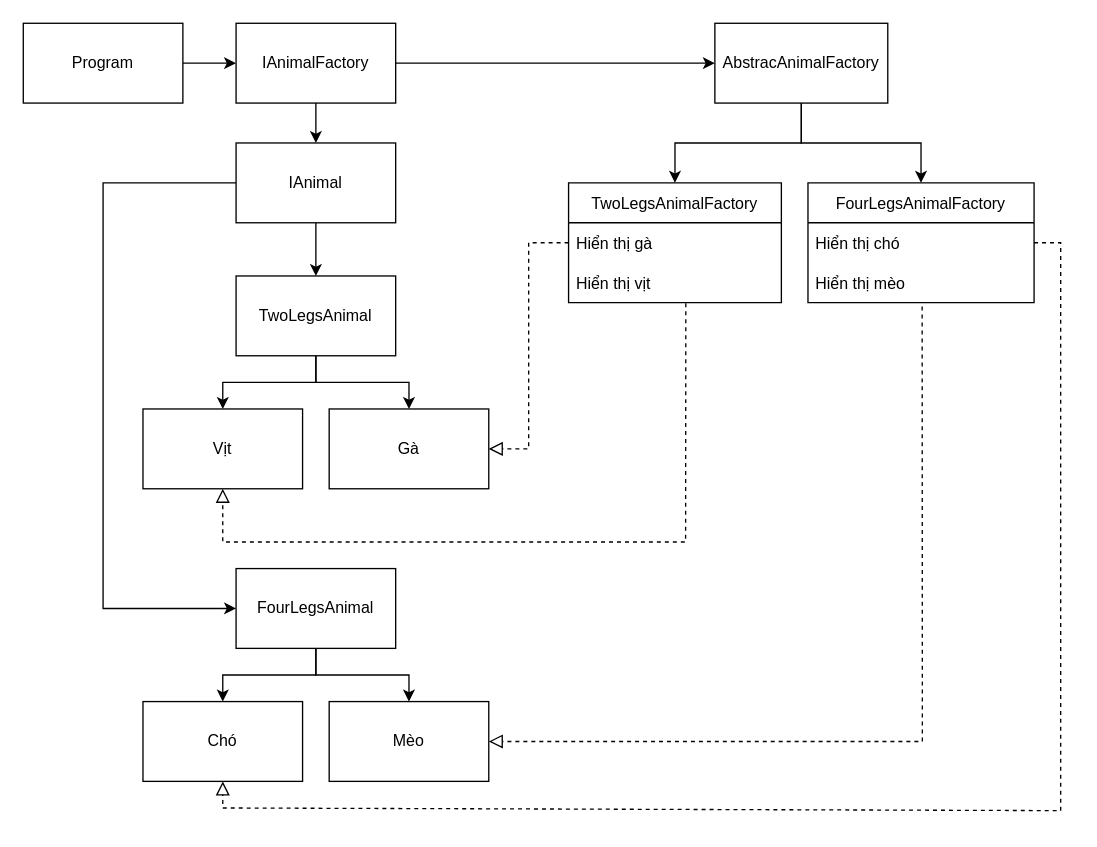
Earlier version of the draw.io diagram Abstract Factory.drawio (haihak/haihak). Source tidied: cells renumbered, new cells numbered last; positions are measured from the earlier drawing's top-left corner, leaving out a move shared by most shapes. Both pictures are drawn from the tidied source at 133%, with x=0, y=0 at pixel (23, 23).
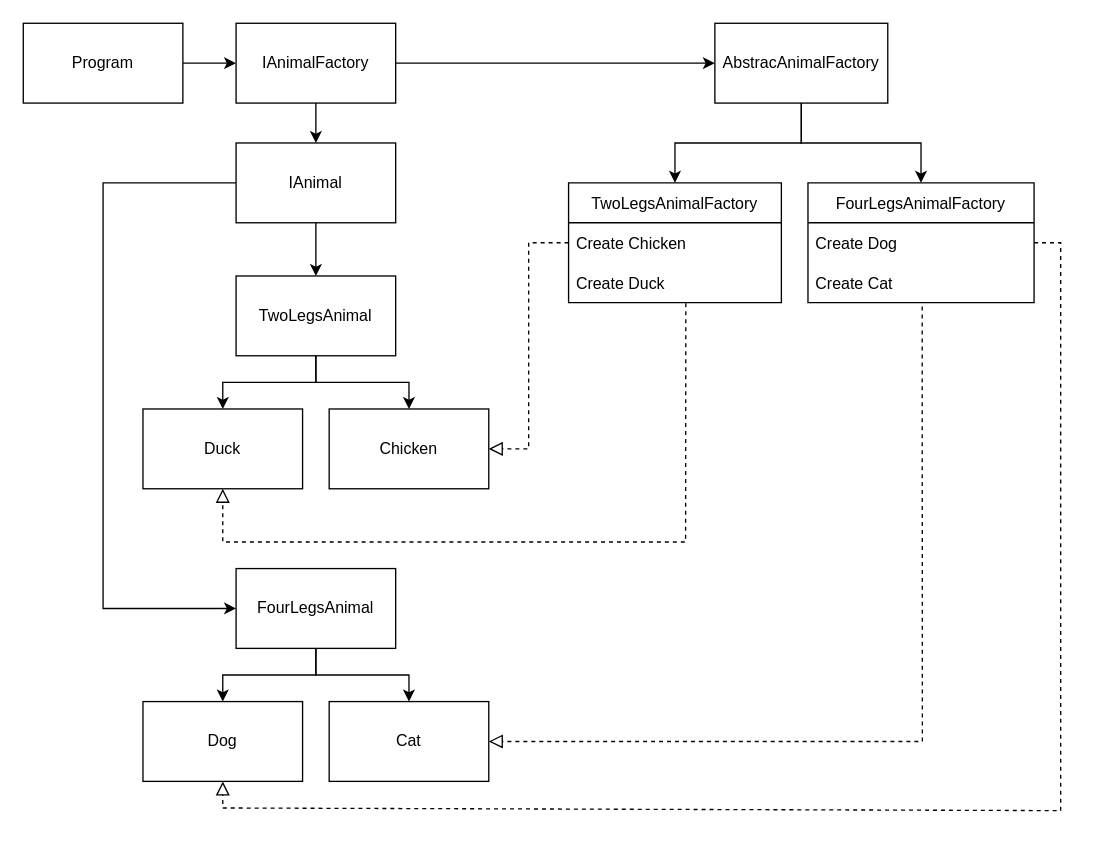
The same page after the edit.

The change refers to these unchanged cells:
```xml
<mxCell id="13" value="TwoLegsAnimalFactory" style="swimlane;fontStyle=0;horizontal=1;startSize=30;" parent="1" vertex="1">
  <mxGeometry x="410" y="120" width="160" height="90" as="geometry" />
</mxCell>
<mxCell id="16" value="FourLegsAnimalFactory" style="swimlane;fontStyle=0;horizontal=1;startSize=30;" parent="1" vertex="1">
  <mxGeometry x="590" y="120" width="170" height="90" as="geometry" />
</mxCell>
```

Change to the diagram source:
```diff
@@
-    <mxCell id="14" value="Hiển thị gà" style="text;strokeColor=none;fillColor=none;align=left;verticalAlign=middle;spacingLeft=4;spacingRight=4;overflow=hidden;points=[[0,0.5],[1,0.5]];portConstraint=eastwest;" parent="13" vertex="1">
+    <mxCell id="14" value="Create Chicken" style="text;strokeColor=none;fillColor=none;align=left;verticalAlign=middle;spacingLeft=4;spacingRight=4;overflow=hidden;points=[[0,0.5],[1,0.5]];portConstraint=eastwest;" parent="13" vertex="1">
       <mxGeometry y="30" width="160" height="30" as="geometry" />
     </mxCell>
-    <mxCell id="15" value="Hiển thị vịt" style="text;strokeColor=none;fillColor=none;align=left;verticalAlign=middle;spacingLeft=4;spacingRight=4;overflow=hidden;points=[[0,0.5],[1,0.5]];portConstraint=eastwest;" parent="13" vertex="1">
+    <mxCell id="15" value="Create Duck" style="text;strokeColor=none;fillColor=none;align=left;verticalAlign=middle;spacingLeft=4;spacingRight=4;overflow=hidden;points=[[0,0.5],[1,0.5]];portConstraint=eastwest;" parent="13" vertex="1">
       <mxGeometry y="60" width="160" height="30" as="geometry" />
     </mxCell>
@@
-    <mxCell id="17" value="Hiển thị chó" style="text;strokeColor=none;fillColor=none;align=left;verticalAlign=middle;spacingLeft=4;spacingRight=4;overflow=hidden;points=[[0,0.5],[1,0.5]];portConstraint=eastwest;" parent="16" vertex="1">
+    <mxCell id="17" value="Create Dog" style="text;strokeColor=none;fillColor=none;align=left;verticalAlign=middle;spacingLeft=4;spacingRight=4;overflow=hidden;points=[[0,0.5],[1,0.5]];portConstraint=eastwest;" parent="16" vertex="1">
       <mxGeometry y="30" width="170" height="30" as="geometry" />
     </mxCell>
-    <mxCell id="18" value="Hiển thị mèo" style="text;strokeColor=none;fillColor=none;align=left;verticalAlign=middle;spacingLeft=4;spacingRight=4;overflow=hidden;points=[[0,0.5],[1,0.5]];portConstraint=eastwest;" parent="16" vertex="1">
+    <mxCell id="18" value="Create Cat" style="text;strokeColor=none;fillColor=none;align=left;verticalAlign=middle;spacingLeft=4;spacingRight=4;overflow=hidden;points=[[0,0.5],[1,0.5]];portConstraint=eastwest;" parent="16" vertex="1">
       <mxGeometry y="60" width="170" height="30" as="geometry" />
     </mxCell>
@@
-    <mxCell id="25" value="Vịt" style="rounded=0;whiteSpace=wrap;html=1;" parent="1" vertex="1">
+    <mxCell id="25" value="Duck" style="rounded=0;whiteSpace=wrap;html=1;" parent="1" vertex="1">
       <mxGeometry x="90" y="290" width="120" height="60" as="geometry" />
     </mxCell>
-    <mxCell id="26" value="Gà" style="rounded=0;whiteSpace=wrap;html=1;" parent="1" vertex="1">
+    <mxCell id="26" value="Chicken" style="rounded=0;whiteSpace=wrap;html=1;" parent="1" vertex="1">
       <mxGeometry x="230" y="290" width="120" height="60" as="geometry" />
     </mxCell>
@@
-    <mxCell id="29" value="Chó" style="rounded=0;whiteSpace=wrap;html=1;" parent="1" vertex="1">
+    <mxCell id="29" value="Dog" style="rounded=0;whiteSpace=wrap;html=1;" parent="1" vertex="1">
       <mxGeometry x="90" y="510" width="120" height="60" as="geometry" />
     </mxCell>
-    <mxCell id="30" value="Mèo" style="rounded=0;whiteSpace=wrap;html=1;" parent="1" vertex="1">
+    <mxCell id="30" value="Cat" style="rounded=0;whiteSpace=wrap;html=1;" parent="1" vertex="1">
       <mxGeometry x="230" y="510" width="120" height="60" as="geometry" />
     </mxCell>
```
